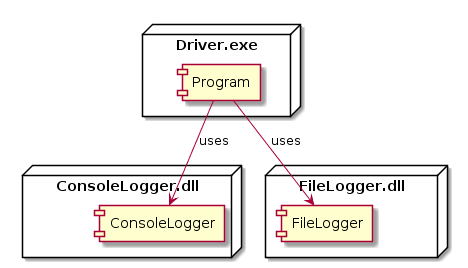
Above: Lesson 06 Multiple Output Log/Solution 0 Log Method/images/Deployment-Diagram.png in cmps253/design-architecture (PlantUML), before the change.
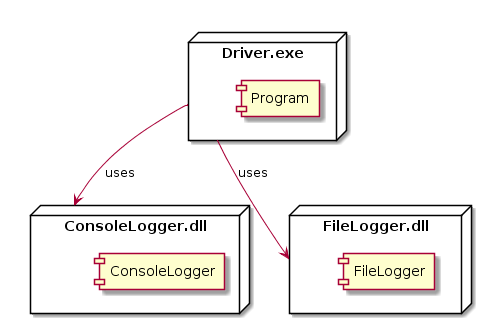
After the commit.

Commit message:
fixed deployment diagrams

Diff of the diagram source:
```diff
@@ -9,6 +9,6 @@
     [FileLogger]
 }
 
-[Program] -down-> [ConsoleLogger] :uses
-[Program] -down-> [FileLogger] :uses
+Driver.exe -down-> ConsoleLogger.dll :uses
+Driver.exe -down-> FileLogger.dll :uses
 @enduml
```
